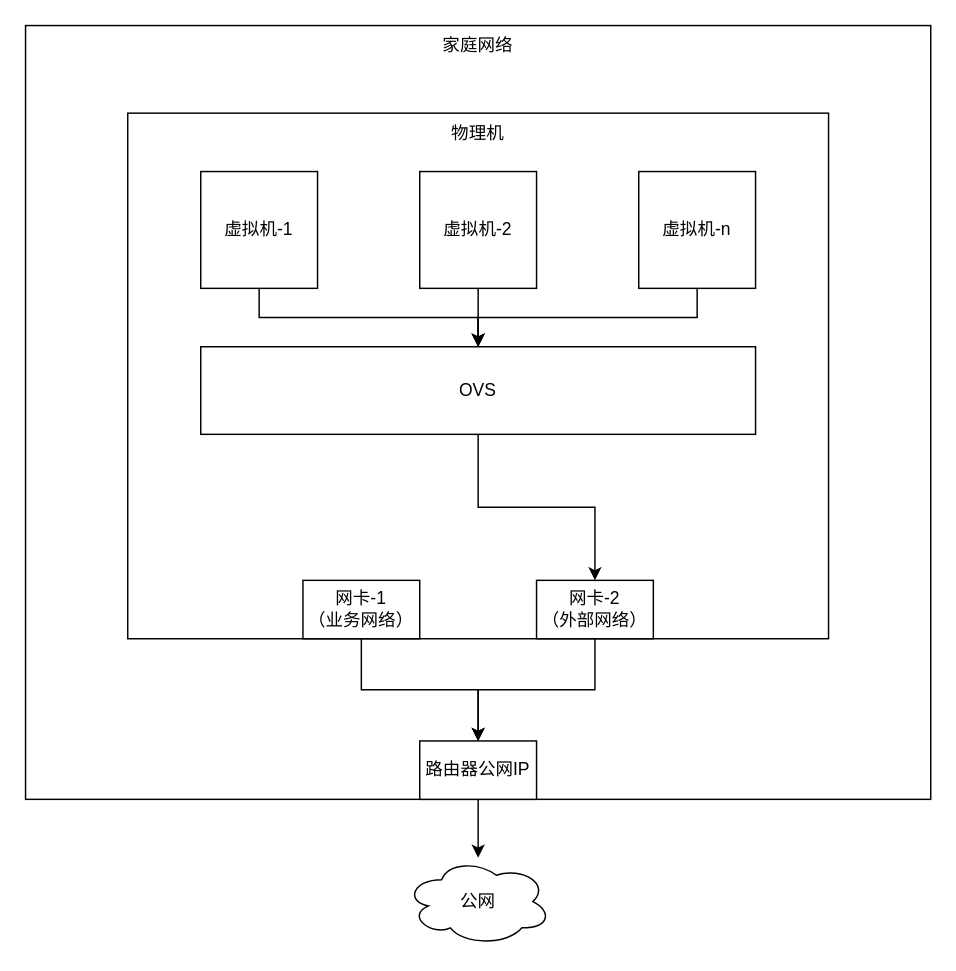
Earlier version of the draw.io diagram page "Edge(单网卡)" (4 of 5) of test.drawio (wangkuntian/draw). Source tidied: cells renumbered, new cells numbered last; positions are measured from the earlier drawing's top-left corner, leaving out a move shared by most shapes. Both pictures are drawn from the tidied source at 146%, with x=0, y=0 at pixel (25, 25).
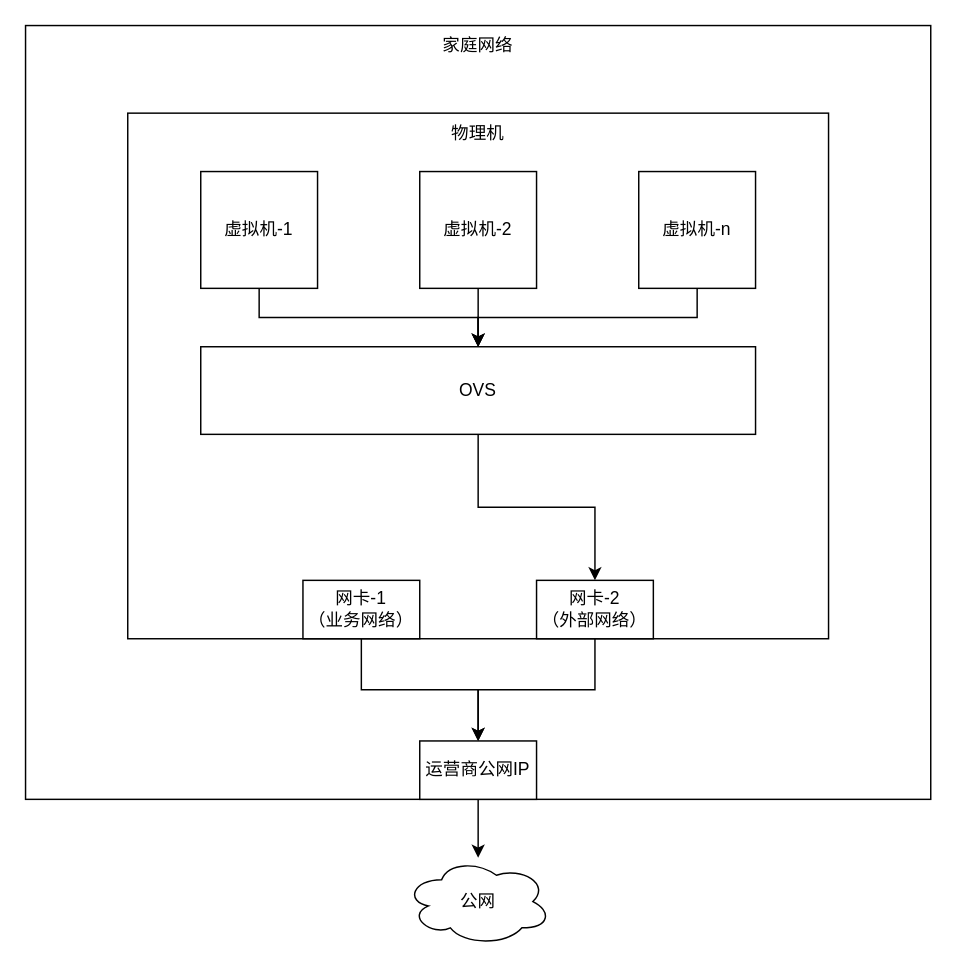
The same page after the edit.

What changed in the source:
```diff
@@
 <mxGraphModel>
   <root>
     <mxCell id="0" />
     <mxCell id="1" parent="0" />
     <mxCell id="2" value="家庭网络" style="rounded=0;whiteSpace=wrap;html=1;verticalAlign=top;" parent="1" vertex="1">
       <mxGeometry width="620" height="530" as="geometry" />
     </mxCell>
     <mxCell id="3" value="物理机" style="rounded=0;whiteSpace=wrap;html=1;verticalAlign=top;" parent="1" vertex="1">
       <mxGeometry x="70" y="60" width="480" height="360" as="geometry" />
     </mxCell>
     <mxCell id="4" style="edgeStyle=orthogonalEdgeStyle;rounded=0;jettySize=auto;html=1;" parent="1" edge="1" source="5" target="15">
       <mxGeometry relative="1" as="geometry" />
     </mxCell>
     <mxCell id="5" value="虚拟机-1" style="rounded=0;whiteSpace=wrap;html=1;" parent="1" vertex="1">
       <mxGeometry x="120" y="100" width="80" height="80" as="geometry" />
     </mxCell>
     <mxCell id="6" style="edgeStyle=orthogonalEdgeStyle;rounded=0;jettySize=auto;html=1;" parent="1" edge="1" source="7" target="15">
       <mxGeometry relative="1" as="geometry" />
     </mxCell>
     <mxCell id="7" value="虚拟机-2" style="rounded=0;whiteSpace=wrap;html=1;" parent="1" vertex="1">
       <mxGeometry x="270" y="100" width="80" height="80" as="geometry" />
     </mxCell>
     <mxCell id="8" style="edgeStyle=orthogonalEdgeStyle;rounded=0;jettySize=auto;html=1;" parent="1" edge="1" source="9" target="15">
       <mxGeometry relative="1" as="geometry" />
     </mxCell>
     <mxCell id="9" value="虚拟机-n" style="rounded=0;whiteSpace=wrap;html=1;" parent="1" vertex="1">
       <mxGeometry x="420" y="100" width="80" height="80" as="geometry" />
     </mxCell>
     <mxCell id="10" style="edgeStyle=orthogonalEdgeStyle;rounded=0;jettySize=auto;html=1;" parent="1" edge="1" source="11" target="17">
       <mxGeometry relative="1" as="geometry" />
     </mxCell>
     <mxCell id="11" value="网卡-1&lt;br&gt;（业务网络）" style="rounded=0;whiteSpace=wrap;html=1;" parent="1" vertex="1">
       <mxGeometry x="190" y="380" width="80" height="40" as="geometry" />
     </mxCell>
     <mxCell id="12" style="edgeStyle=orthogonalEdgeStyle;rounded=0;jettySize=auto;html=1;entryX=0.5;entryY=0;entryDx=0;entryDy=0;" parent="1" edge="1" source="13" target="17">
       <mxGeometry relative="1" as="geometry" />
     </mxCell>
     <mxCell id="13" value="网卡-2&lt;br&gt;（外部网络）" style="rounded=0;whiteSpace=wrap;html=1;" parent="1" vertex="1">
       <mxGeometry x="350" y="380" width="80" height="40" as="geometry" />
     </mxCell>
     <mxCell id="14" style="edgeStyle=orthogonalEdgeStyle;rounded=0;jettySize=auto;html=1;entryX=0.5;entryY=0;entryDx=0;entryDy=0;" parent="1" edge="1" source="15" target="13">
       <mxGeometry relative="1" as="geometry" />
     </mxCell>
     <mxCell id="15" value="OVS" style="rounded=0;whiteSpace=wrap;html=1;" parent="1" vertex="1">
       <mxGeometry x="120" y="220" width="380" height="60" as="geometry" />
     </mxCell>
     <mxCell id="16" style="edgeStyle=orthogonalEdgeStyle;rounded=0;jettySize=auto;html=1;" parent="1" edge="1" source="17" target="18">
       <mxGeometry relative="1" as="geometry" />
     </mxCell>
-    <mxCell id="17" value="路由器公网IP" style="rounded=0;whiteSpace=wrap;html=1;" parent="1" vertex="1">
+    <mxCell id="17" value="运营商公网IP" style="rounded=0;whiteSpace=wrap;html=1;" parent="1" vertex="1">
       <mxGeometry x="270" y="490" width="80" height="40" as="geometry" />
     </mxCell>
     <mxCell id="18" value="公网" style="ellipse;shape=cloud;whiteSpace=wrap;html=1;align=center;" parent="1" vertex="1">
       <mxGeometry x="260" y="570" width="100" height="60" as="geometry" />
     </mxCell>
   </root>
 </mxGraphModel>
```
